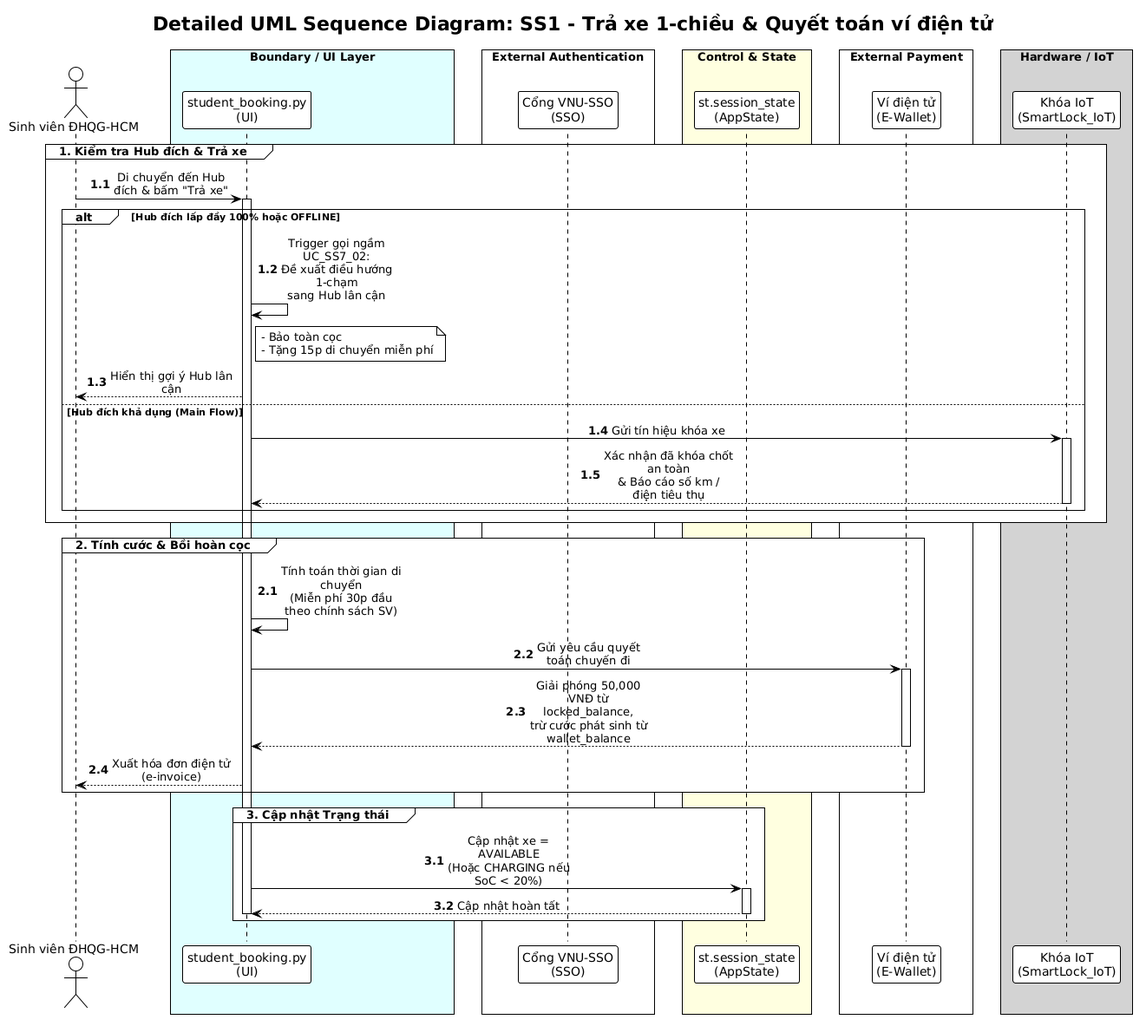
Above: docs/diagrams/Use-case detail-scenario/SS1/Sequence diagrams/UC_SS1_02_NguyenThanhDat_sequence.png in Dat-nguyen195/BTL_1_CNPM (PlantUML), before the change.
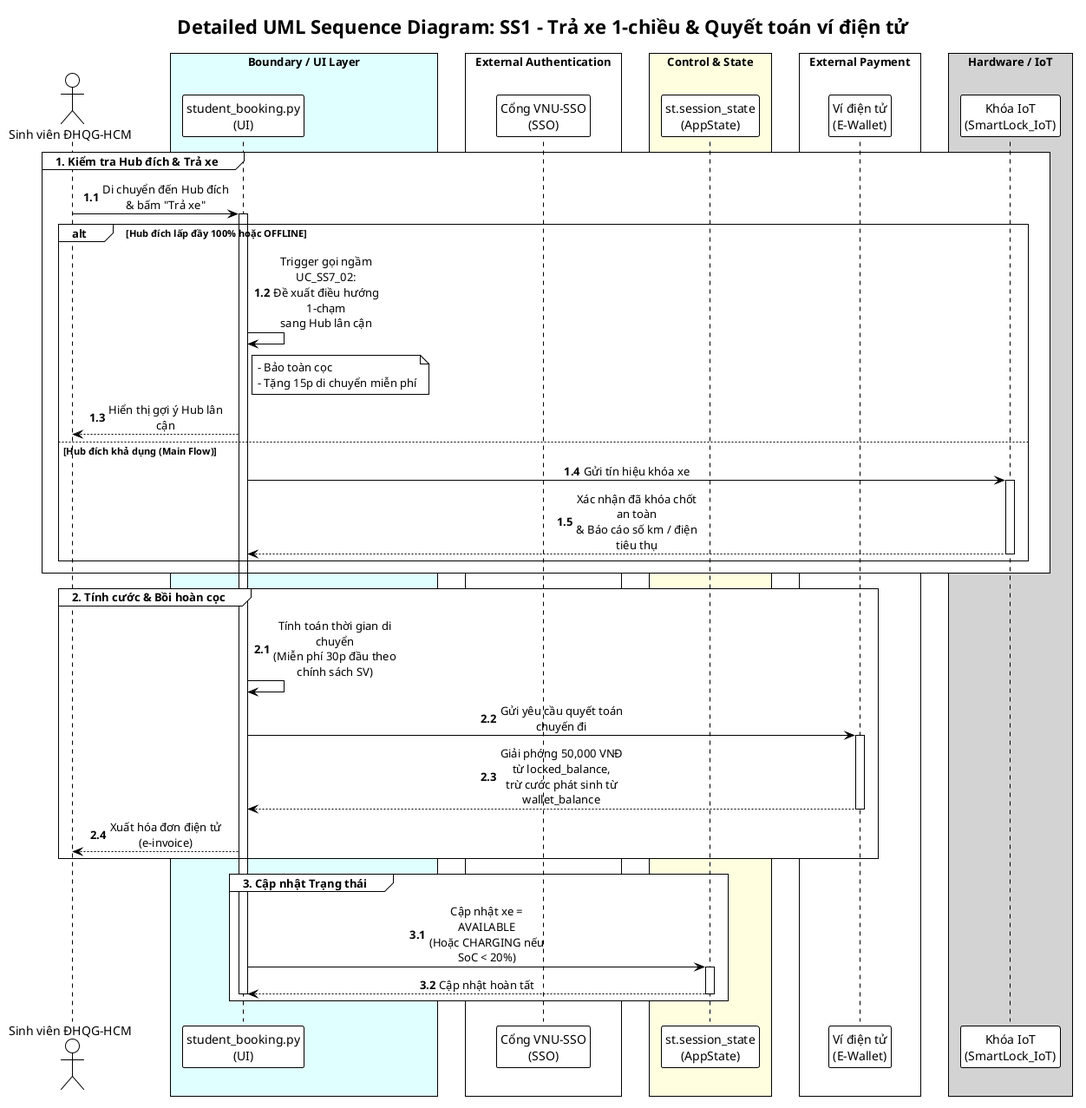
After the change.

The edit, as a diff of the source:
```diff
@@ -1,4 +1,5 @@
-@startuml
+@startuml UC_SS1_02_NguyenThanhDat_sequence
+!pragma layout smetana
 !theme plain
 skinparam sequenceMessageAlign center
 skinparam maxMessageSize 150
@@ -63,4 +64,5 @@
     deactivate AppState
     deactivate UI
 end
+
 @enduml
```
